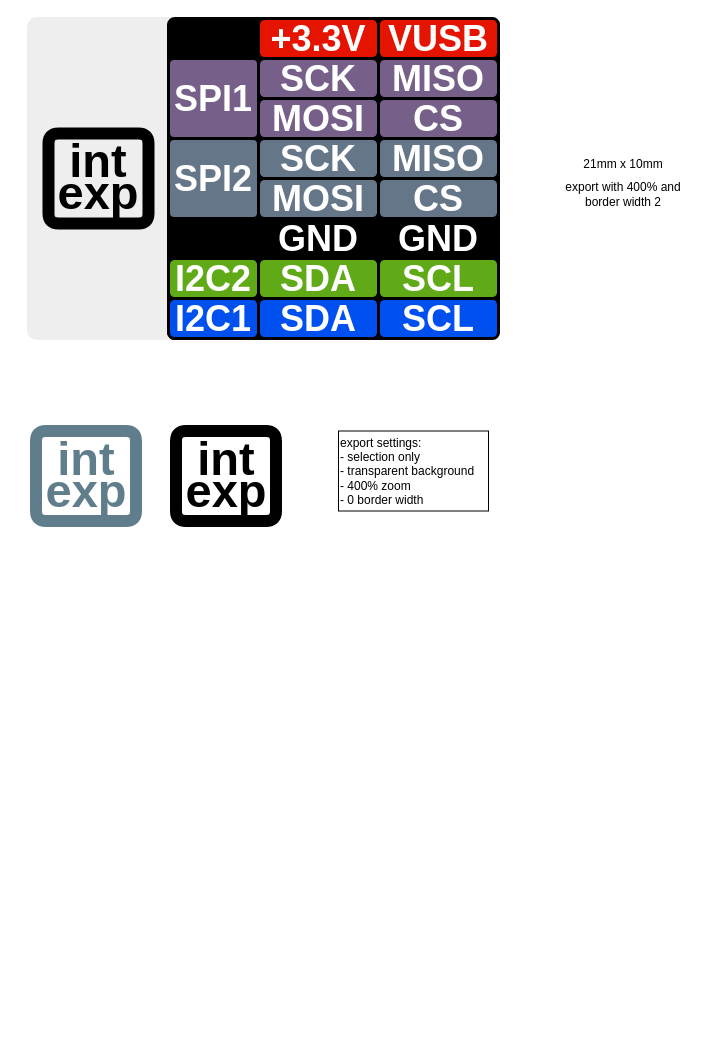
Earlier version of the draw.io diagram Docu/Icon.drawio (AlmCoding/expander-ui). Source tidied: cells renumbered, new cells numbered last; positions are measured from the earlier drawing's top-left corner, leaving out a move shared by most shapes. Both pictures are drawn from the tidied source at 100%, with x=0, y=0 at pixel (28, 18).
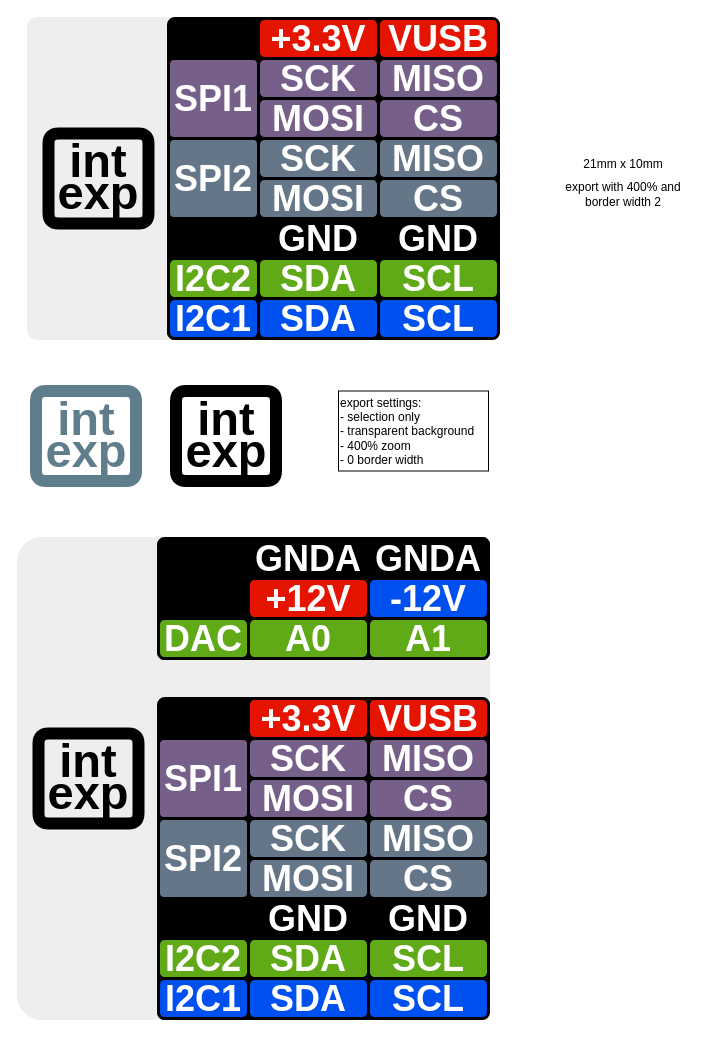
Above is the later version.

Diff of the diagram source:
```diff
@@
+    <mxCell id="39" style="rounded=1;whiteSpace=wrap;html=1;arcSize=5;fillColor=#EEEEEE;strokeColor=#EEEEEE;strokeWidth=3;" parent="1" vertex="1">
+      <mxGeometry x="-10" y="520" width="470" height="480" as="geometry" />
+    </mxCell>
+    <mxCell id="40" style="rounded=1;whiteSpace=wrap;html=1;fillColor=#000000;strokeColor=default;arcSize=5;strokeWidth=3;" parent="1" vertex="1">
+      <mxGeometry x="130" y="520" width="330" height="120" as="geometry" />
+    </mxCell>
     <mxCell id="2" style="whiteSpace=wrap;html=1;fillColor=none;strokeColor=none;" parent="1" vertex="1">
-      <mxGeometry y="400" width="115" height="115" as="geometry" />
+      <mxGeometry y="360" width="115" height="115" as="geometry" />
     </mxCell>
@@
     <mxCell id="31" style="whiteSpace=wrap;html=1;fillColor=none;strokeColor=none;" parent="1" vertex="1">
-      <mxGeometry x="140" y="400" width="115" height="115" as="geometry" />
+      <mxGeometry x="140" y="360" width="115" height="115" as="geometry" />
     </mxCell>
     <mxCell id="32" style="shape=step;perimeter=stepPerimeter;whiteSpace=wrap;html=1;fixedSize=1;strokeWidth=12;size=-50;fillColor=none;strokeColor=#000000;rounded=1;" parent="1" vertex="1">
-      <mxGeometry x="147.5" y="412.5" width="100" height="90" as="geometry" />
+      <mxGeometry x="147.5" y="372.5" width="100" height="90" as="geometry" />
     </mxCell>
     <mxCell id="33" value="&lt;font&gt;int&lt;/font&gt;" style="text;html=1;align=center;verticalAlign=middle;whiteSpace=wrap;rounded=0;fillColor=none;strokeColor=none;fontColor=#000000;fontStyle=1;fontFamily=Helvetica;fontSize=47;" parent="1" vertex="1">
-      <mxGeometry x="167.5" y="428.5" width="60" height="24" as="geometry" />
+      <mxGeometry x="167.5" y="388.5" width="60" height="24" as="geometry" />
     </mxCell>
     <mxCell id="34" value="exp" style="text;html=1;align=center;verticalAlign=middle;whiteSpace=wrap;rounded=0;fillColor=none;strokeColor=none;fontColor=#000000;fontStyle=1;fontFamily=Helvetica;fontSize=47;" parent="1" vertex="1">
-      <mxGeometry x="167.5" y="460.5" width="60" height="24" as="geometry" />
+      <mxGeometry x="167.5" y="420.5" width="60" height="24" as="geometry" />
     </mxCell>
     <mxCell id="35" style="shape=step;perimeter=stepPerimeter;whiteSpace=wrap;html=1;fixedSize=1;strokeWidth=12;size=-50;fillColor=none;strokeColor=#607D8B;rounded=1;" parent="1" vertex="1">
-      <mxGeometry x="7.5" y="412.5" width="100" height="90" as="geometry" />
+      <mxGeometry x="7.5" y="372.5" width="100" height="90" as="geometry" />
     </mxCell>
     <mxCell id="36" value="&lt;font style=&quot;color: rgb(96, 125, 139);&quot;&gt;int&lt;/font&gt;" style="text;html=1;align=center;verticalAlign=middle;whiteSpace=wrap;rounded=0;fillColor=none;strokeColor=none;fontColor=#00BCD4;fontStyle=1;fontFamily=Helvetica;fontSize=47;" parent="1" vertex="1">
-      <mxGeometry x="27.5" y="428.5" width="60" height="24" as="geometry" />
+      <mxGeometry x="27.5" y="388.5" width="60" height="24" as="geometry" />
     </mxCell>
     <mxCell id="37" value="&lt;font style=&quot;color: rgb(96, 125, 139);&quot;&gt;exp&lt;/font&gt;" style="text;html=1;align=center;verticalAlign=middle;whiteSpace=wrap;rounded=0;fillColor=none;strokeColor=none;fontColor=#00BCD4;fontStyle=1;fontFamily=Helvetica;fontSize=47;" parent="1" vertex="1">
-      <mxGeometry x="27.5" y="460.5" width="60" height="24" as="geometry" />
+      <mxGeometry x="27.5" y="420.5" width="60" height="24" as="geometry" />
     </mxCell>
     <mxCell id="38" value="export settings:&lt;div&gt;- selection only&lt;br&gt;- transparent background&lt;/div&gt;&lt;div&gt;- 400% zoom&lt;br&gt;- 0 border width&lt;/div&gt;" style="rounded=0;whiteSpace=wrap;html=1;align=left;" parent="1" vertex="1">
-      <mxGeometry x="310" y="412.5" width="150" height="80" as="geometry" />
+      <mxGeometry x="310" y="372.5" width="150" height="80" as="geometry" />
     </mxCell>
+    <mxCell id="41" style="shape=step;perimeter=stepPerimeter;whiteSpace=wrap;html=1;fixedSize=1;strokeWidth=12;size=-50;fillColor=none;strokeColor=#000000;rounded=1;" parent="1" vertex="1">
+      <mxGeometry x="10" y="715" width="100" height="90" as="geometry" />
+    </mxCell>
+    <mxCell id="42" value="&lt;font&gt;int&lt;/font&gt;" style="text;html=1;align=center;verticalAlign=middle;whiteSpace=wrap;rounded=0;fillColor=none;strokeColor=none;fontColor=#000000;fontStyle=1;fontFamily=Helvetica;fontSize=47;" parent="1" vertex="1">
+      <mxGeometry x="30" y="731" width="60" height="24" as="geometry" />
+    </mxCell>
+    <mxCell id="43" value="exp" style="text;html=1;align=center;verticalAlign=middle;whiteSpace=wrap;rounded=0;fillColor=none;strokeColor=none;fontColor=#000000;fontStyle=1;fontFamily=Helvetica;fontSize=47;" parent="1" vertex="1">
+      <mxGeometry x="30" y="763" width="60" height="24" as="geometry" />
+    </mxCell>
+    <mxCell id="44" style="rounded=1;whiteSpace=wrap;html=1;fillColor=#000000;strokeColor=default;arcSize=5;strokeWidth=3;" parent="1" vertex="1">
+      <mxGeometry x="130" y="680" width="129" height="320" as="geometry" />
+    </mxCell>
+    <mxCell id="45" style="rounded=1;whiteSpace=wrap;html=1;fillColor=#000000;strokeColor=default;arcSize=5;strokeWidth=3;" parent="1" vertex="1">
+      <mxGeometry x="280" y="680" width="180" height="320" as="geometry" />
+    </mxCell>
+    <mxCell id="46" value="+3.3V" style="text;html=1;align=center;verticalAlign=middle;whiteSpace=wrap;rounded=1;fillColor=#e51400;fontColor=#ffffff;strokeColor=default;strokeWidth=3;fontSize=36;fontStyle=1;" parent="1" vertex="1">
+      <mxGeometry x="220" y="680" width="120" height="40" as="geometry" />
+    </mxCell>
+    <mxCell id="47" value="VUSB" style="text;html=1;align=center;verticalAlign=middle;whiteSpace=wrap;rounded=1;fillColor=#e51400;fontColor=#ffffff;strokeColor=default;strokeWidth=3;fontSize=36;fontStyle=1;" parent="1" vertex="1">
+      <mxGeometry x="340" y="680" width="120" height="40" as="geometry" />
+    </mxCell>
+    <mxCell id="48" value="GND" style="text;html=1;align=center;verticalAlign=middle;whiteSpace=wrap;rounded=1;strokeColor=default;fillColor=#000000;fontColor=#FFFFFF;strokeWidth=3;fontSize=36;fontStyle=1;" parent="1" vertex="1">
+      <mxGeometry x="220" y="880" width="120" height="40" as="geometry" />
+    </mxCell>
+    <mxCell id="49" value="GND" style="text;html=1;align=center;verticalAlign=middle;whiteSpace=wrap;rounded=1;strokeColor=default;fillColor=#000000;fontColor=#FFFFFF;strokeWidth=3;fontSize=36;fontStyle=1;" parent="1" vertex="1">
+      <mxGeometry x="340" y="880" width="120" height="40" as="geometry" />
+    </mxCell>
+    <mxCell id="50" value="SDA" style="text;html=1;align=center;verticalAlign=middle;whiteSpace=wrap;rounded=1;fillColor=#60a917;fontColor=#ffffff;strokeColor=default;strokeWidth=3;fontSize=36;fontStyle=1;" parent="1" vertex="1">
+      <mxGeometry x="220" y="920" width="120" height="40" as="geometry" />
+    </mxCell>
+    <mxCell id="51" value="SCL" style="text;html=1;align=center;verticalAlign=middle;whiteSpace=wrap;rounded=1;fillColor=#60a917;strokeColor=default;strokeWidth=3;fontSize=36;fontStyle=1;fontColor=#ffffff;" parent="1" vertex="1">
+      <mxGeometry x="340" y="920" width="120" height="40" as="geometry" />
+    </mxCell>
+    <mxCell id="52" value="SDA" style="text;html=1;align=center;verticalAlign=middle;whiteSpace=wrap;rounded=1;fillColor=#0050ef;fontColor=#ffffff;strokeColor=default;strokeWidth=3;fontSize=36;fontStyle=1;" parent="1" vertex="1">
+      <mxGeometry x="220" y="960" width="120" height="40" as="geometry" />
+    </mxCell>
+    <mxCell id="53" value="SCL" style="text;html=1;align=center;verticalAlign=middle;whiteSpace=wrap;rounded=1;fillColor=#0050ef;fontColor=#ffffff;strokeColor=default;strokeWidth=3;fontSize=36;fontStyle=1;" parent="1" vertex="1">
+      <mxGeometry x="340" y="960" width="120" height="40" as="geometry" />
+    </mxCell>
+    <mxCell id="54" value="SCK" style="text;html=1;align=center;verticalAlign=middle;whiteSpace=wrap;rounded=1;fillColor=#76608a;fontColor=#ffffff;strokeColor=default;strokeWidth=3;fontSize=36;fontStyle=1;" parent="1" vertex="1">
+      <mxGeometry x="220" y="720" width="120" height="40" as="geometry" />
+    </mxCell>
+    <mxCell id="55" value="MOSI" style="text;html=1;align=center;verticalAlign=middle;whiteSpace=wrap;rounded=1;fillColor=#76608a;fontColor=#ffffff;strokeColor=default;strokeWidth=3;fontSize=36;fontStyle=1;" parent="1" vertex="1">
+      <mxGeometry x="220" y="760" width="120" height="40" as="geometry" />
+    </mxCell>
+    <mxCell id="56" value="SCK" style="text;html=1;align=center;verticalAlign=middle;whiteSpace=wrap;rounded=1;fillColor=#647687;strokeColor=default;fontColor=#ffffff;strokeWidth=3;fontSize=36;fontStyle=1;" parent="1" vertex="1">
+      <mxGeometry x="220" y="800" width="120" height="40" as="geometry" />
+    </mxCell>
+    <mxCell id="57" value="MISO" style="text;html=1;align=center;verticalAlign=middle;whiteSpace=wrap;rounded=1;fillColor=#76608a;fontColor=#ffffff;strokeColor=default;strokeWidth=3;fontSize=36;fontStyle=1;" parent="1" vertex="1">
+      <mxGeometry x="340" y="720" width="120" height="40" as="geometry" />
+    </mxCell>
+    <mxCell id="58" value="CS" style="text;html=1;align=center;verticalAlign=middle;whiteSpace=wrap;rounded=1;fillColor=#76608a;fontColor=#ffffff;strokeColor=default;strokeWidth=3;fontSize=36;fontStyle=1;" parent="1" vertex="1">
+      <mxGeometry x="340" y="760" width="120" height="40" as="geometry" />
+    </mxCell>
+    <mxCell id="59" value="MISO" style="text;html=1;align=center;verticalAlign=middle;whiteSpace=wrap;rounded=1;fillColor=#647687;fontColor=#ffffff;strokeColor=default;strokeWidth=3;fontSize=36;fontStyle=1;" parent="1" vertex="1">
+      <mxGeometry x="340" y="800" width="120" height="40" as="geometry" />
+    </mxCell>
+    <mxCell id="60" value="MOSI" style="text;html=1;align=center;verticalAlign=middle;whiteSpace=wrap;rounded=1;fillColor=#647687;fontColor=#ffffff;strokeColor=default;strokeWidth=3;fontSize=36;fontStyle=1;" parent="1" vertex="1">
+      <mxGeometry x="220" y="840" width="120" height="40" as="geometry" />
+    </mxCell>
+    <mxCell id="61" value="CS" style="text;html=1;align=center;verticalAlign=middle;whiteSpace=wrap;rounded=1;fillColor=#647687;fontColor=#ffffff;strokeColor=default;strokeWidth=3;fontSize=36;fontStyle=1;" parent="1" vertex="1">
+      <mxGeometry x="340" y="840" width="120" height="40" as="geometry" />
+    </mxCell>
+    <mxCell id="62" value="SPI2" style="text;html=1;align=center;verticalAlign=middle;whiteSpace=wrap;rounded=1;fillColor=#647687;strokeColor=default;fontColor=#ffffff;strokeWidth=3;fontSize=36;fontStyle=1;arcSize=7;" parent="1" vertex="1">
+      <mxGeometry x="130" y="800" width="90" height="80" as="geometry" />
+    </mxCell>
+    <mxCell id="63" value="I2C2" style="text;html=1;align=center;verticalAlign=middle;whiteSpace=wrap;rounded=1;fillColor=#60a917;fontColor=#ffffff;strokeColor=default;strokeWidth=3;fontSize=36;fontStyle=1;" parent="1" vertex="1">
+      <mxGeometry x="130" y="920" width="90" height="40" as="geometry" />
+    </mxCell>
+    <mxCell id="64" value="I2C1" style="text;html=1;align=center;verticalAlign=middle;whiteSpace=wrap;rounded=1;fillColor=#0050ef;fontColor=#ffffff;strokeColor=default;strokeWidth=3;fontSize=36;fontStyle=1;" parent="1" vertex="1">
+      <mxGeometry x="130" y="960" width="90" height="40" as="geometry" />
+    </mxCell>
+    <mxCell id="65" value="SPI1" style="text;html=1;align=center;verticalAlign=middle;whiteSpace=wrap;rounded=1;fillColor=#76608a;fontColor=#ffffff;strokeColor=default;strokeWidth=3;fontSize=36;fontStyle=1;arcSize=7;" parent="1" vertex="1">
+      <mxGeometry x="130" y="720" width="90" height="80" as="geometry" />
+    </mxCell>
+    <mxCell id="66" value="+12V" style="text;html=1;align=center;verticalAlign=middle;whiteSpace=wrap;rounded=1;fillColor=#e51400;fontColor=#ffffff;strokeColor=default;strokeWidth=3;fontSize=36;fontStyle=1;" parent="1" vertex="1">
+      <mxGeometry x="220" y="560" width="120" height="40" as="geometry" />
+    </mxCell>
+    <mxCell id="67" value="-12V" style="text;html=1;align=center;verticalAlign=middle;whiteSpace=wrap;rounded=1;fillColor=#0050EF;fontColor=#ffffff;strokeColor=#000000;strokeWidth=3;fontSize=36;fontStyle=1;" parent="1" vertex="1">
+      <mxGeometry x="340" y="560" width="120" height="40" as="geometry" />
+    </mxCell>
+    <mxCell id="68" style="text;html=1;align=center;verticalAlign=middle;whiteSpace=wrap;rounded=1;strokeWidth=3;fontSize=36;fontStyle=1;" parent="1" vertex="1">
+      <mxGeometry x="220" y="640" width="120" height="40" as="geometry" />
+    </mxCell>
+    <mxCell id="69" value="A0" style="text;html=1;align=center;verticalAlign=middle;whiteSpace=wrap;rounded=1;fillColor=#60a917;fontColor=#ffffff;strokeColor=#000000;strokeWidth=3;fontSize=36;fontStyle=1;" parent="1" vertex="1">
+      <mxGeometry x="220" y="600" width="120" height="40" as="geometry" />
+    </mxCell>
+    <mxCell id="70" value="A1" style="text;html=1;align=center;verticalAlign=middle;whiteSpace=wrap;rounded=1;fillColor=#60a917;fontColor=#ffffff;strokeColor=#000000;strokeWidth=3;fontSize=36;fontStyle=1;" parent="1" vertex="1">
+      <mxGeometry x="340" y="600" width="120" height="40" as="geometry" />
+    </mxCell>
+    <mxCell id="71" style="text;html=1;align=center;verticalAlign=middle;whiteSpace=wrap;rounded=1;strokeWidth=3;fontSize=36;fontStyle=1;" parent="1" vertex="1">
+      <mxGeometry x="340" y="640" width="120" height="40" as="geometry" />
+    </mxCell>
+    <mxCell id="72" value="GNDA" style="text;html=1;align=center;verticalAlign=middle;whiteSpace=wrap;rounded=1;strokeColor=default;fillColor=#000000;fontColor=#FFFFFF;strokeWidth=3;fontSize=36;fontStyle=1;" parent="1" vertex="1">
+      <mxGeometry x="220" y="520" width="120" height="40" as="geometry" />
+    </mxCell>
+    <mxCell id="73" value="GNDA" style="text;html=1;align=center;verticalAlign=middle;whiteSpace=wrap;rounded=1;strokeColor=default;fillColor=#000000;fontColor=#FFFFFF;strokeWidth=3;fontSize=36;fontStyle=1;" parent="1" vertex="1">
+      <mxGeometry x="340" y="520" width="120" height="40" as="geometry" />
+    </mxCell>
+    <mxCell id="74" value="DAC" style="text;html=1;align=center;verticalAlign=middle;whiteSpace=wrap;rounded=1;fillColor=#60a917;fontColor=#ffffff;strokeColor=#000000;strokeWidth=3;fontSize=36;fontStyle=1;" parent="1" vertex="1">
+      <mxGeometry x="130" y="600" width="90" height="40" as="geometry" />
+    </mxCell>
```
